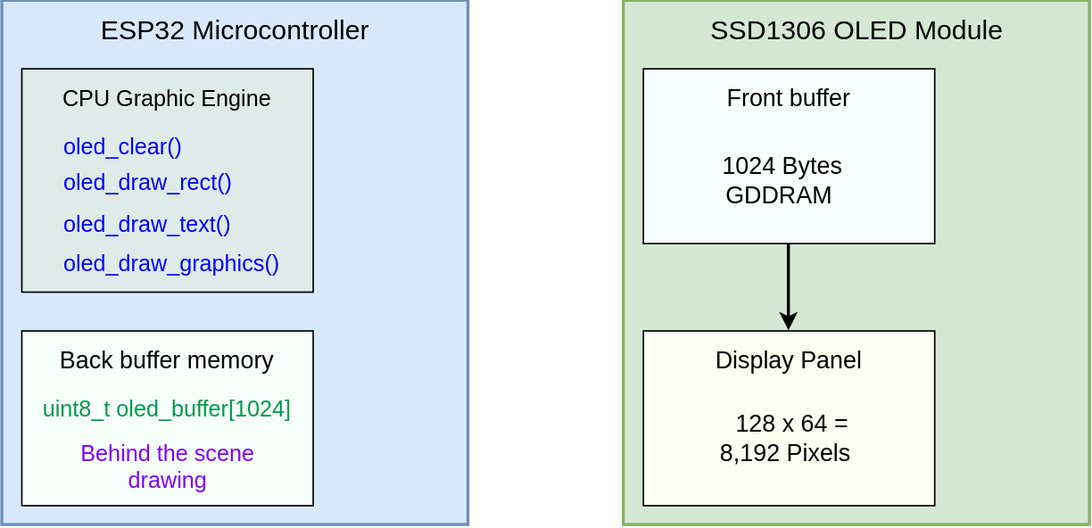
Earlier version of the draw.io export Images/Double_Buffering_Concept.svg (016Rusneeda/Week-09-SPI-OLED-and-Kestrel-UI). Source tidied: cells renumbered, new cells last; positions are measured from the earlier drawing's top-left corner, leaving out a move shared by most shapes.
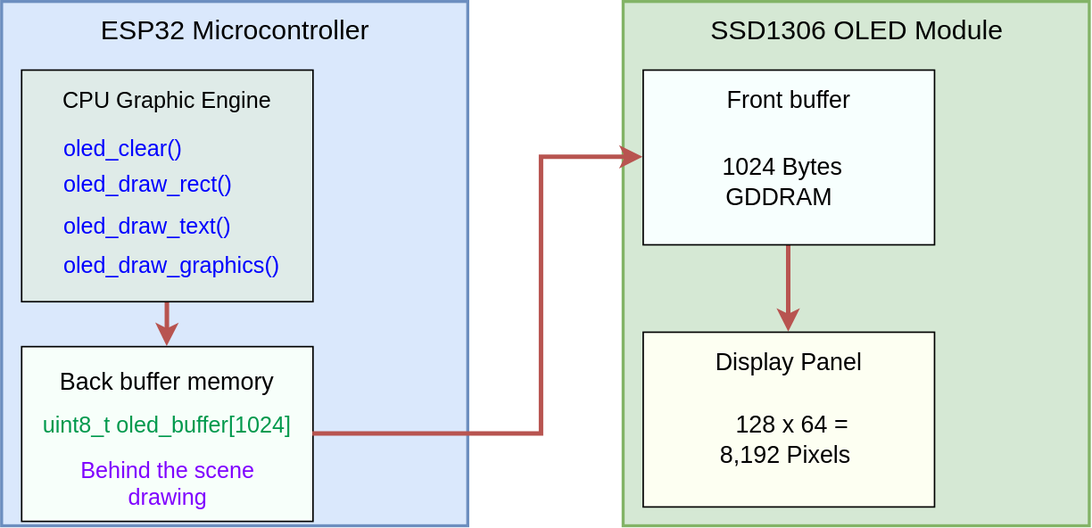
The same diagram one commit later.

The edit, as a diff of the source:
```diff
@@ -2,71 +2,79 @@
   <root>
     <mxCell id="0" />
     <mxCell id="1" parent="0" />
-    <mxCell id="2" style="group;" parent="1" vertex="1">
-      <mxGeometry width="725.9" height="350" as="geometry" />
-    </mxCell>
-    <mxCell id="3" style="whiteSpace=wrap;html=1;strokeWidth=2;fontSize=16;fillColor=#dae8fc;strokeColor=#6c8ebf;" parent="2" vertex="1">
-      <mxGeometry width="311.1" height="350" as="geometry" />
+    <mxCell id="3" style="whiteSpace=wrap;html=1;strokeWidth=2;fontSize=16;fillColor=#dae8fc;strokeColor=#6c8ebf;" parent="1" vertex="1">
+      <mxGeometry y="30" width="311.1" height="350" as="geometry" />
     </mxCell>
+    <mxCell id="24" style="edgeStyle=orthogonalEdgeStyle;rounded=0;jettySize=auto;html=1;entryX=0.5;entryY=0;entryDx=0;entryDy=0;strokeWidth=3;fillColor=#f8cecc;strokeColor=#b85450;" parent="1" edge="1" source="4" target="11">
+      <mxGeometry relative="1" as="geometry" />
+    </mxCell>
-    <mxCell id="4" style="whiteSpace=wrap;html=1;fillColor=#DFEBE8;" parent="2" vertex="1">
-      <mxGeometry x="13" y="45.4" width="194.4" height="149.1" as="geometry" />
+    <mxCell id="4" style="whiteSpace=wrap;html=1;fillColor=#DFEBE8;" parent="1" vertex="1">
+      <mxGeometry x="13" y="75.4" width="194.4" height="154.6" as="geometry" />
     </mxCell>
-    <mxCell id="5" value="ESP32 Microcontroller" style="text;html=1;whiteSpace=wrap;strokeColor=none;fillColor=none;align=center;verticalAlign=middle;rounded=0;fontSize=18;" parent="2" vertex="1">
-      <mxGeometry width="311.1" height="38.9" as="geometry" />
+    <mxCell id="5" value="ESP32 Microcontroller" style="text;html=1;whiteSpace=wrap;strokeColor=none;fillColor=none;align=center;verticalAlign=middle;rounded=0;fontSize=18;" parent="1" vertex="1">
+      <mxGeometry y="30" width="311.1" height="38.9" as="geometry" />
     </mxCell>
-    <mxCell id="6" value="CPU Graphic Engine" style="text;html=1;whiteSpace=wrap;strokeColor=none;fillColor=none;align=center;verticalAlign=middle;rounded=0;fontSize=15;" parent="2" vertex="1">
-      <mxGeometry x="13" y="45.4" width="194.4" height="38.9" as="geometry" />
+    <mxCell id="6" value="CPU Graphic Engine" style="text;html=1;whiteSpace=wrap;strokeColor=none;fillColor=none;align=center;verticalAlign=middle;rounded=0;fontSize=15;" parent="1" vertex="1">
+      <mxGeometry x="13" y="75.4" width="194.4" height="38.9" as="geometry" />
     </mxCell>
-    <mxCell id="7" value="oled_clear()" style="text;html=1;whiteSpace=wrap;strokeColor=none;fillColor=none;align=left;verticalAlign=middle;rounded=0;fontColor=#0000FF;fontSize=15;" parent="2" vertex="1">
-      <mxGeometry x="38.9" y="77.8" width="155.6" height="38.9" as="geometry" />
+    <mxCell id="7" value="oled_clear()" style="text;html=1;whiteSpace=wrap;strokeColor=none;fillColor=none;align=left;verticalAlign=middle;rounded=0;fontColor=#0000FF;fontSize=15;" parent="1" vertex="1">
+      <mxGeometry x="38.9" y="107.8" width="155.6" height="38.9" as="geometry" />
     </mxCell>
-    <mxCell id="8" value="oled_draw_rect()" style="text;html=1;whiteSpace=wrap;strokeColor=none;fillColor=none;align=left;verticalAlign=middle;rounded=0;fontColor=#0000FF;fontSize=15;" parent="2" vertex="1">
-      <mxGeometry x="38.9" y="101.1" width="155.6" height="38.9" as="geometry" />
+    <mxCell id="8" value="oled_draw_rect()" style="text;html=1;whiteSpace=wrap;strokeColor=none;fillColor=none;align=left;verticalAlign=middle;rounded=0;fontColor=#0000FF;fontSize=15;" parent="1" vertex="1">
+      <mxGeometry x="38.9" y="131.1" width="155.6" height="38.9" as="geometry" />
     </mxCell>
-    <mxCell id="9" value="oled_draw_text()" style="text;html=1;whiteSpace=wrap;strokeColor=none;fillColor=none;align=left;verticalAlign=middle;rounded=0;fontColor=#0000FF;fontSize=15;" parent="2" vertex="1">
-      <mxGeometry x="38.9" y="129.6" width="155.6" height="38.9" as="geometry" />
+    <mxCell id="9" value="oled_draw_text()" style="text;html=1;whiteSpace=wrap;strokeColor=none;fillColor=none;align=left;verticalAlign=middle;rounded=0;fontColor=#0000FF;fontSize=15;" parent="1" vertex="1">
+      <mxGeometry x="38.9" y="159.6" width="155.6" height="38.9" as="geometry" />
     </mxCell>
-    <mxCell id="10" value="oled_draw_graphics()" style="text;html=1;whiteSpace=wrap;strokeColor=none;fillColor=none;align=left;verticalAlign=middle;rounded=0;fontColor=#0000FF;fontSize=15;" parent="2" vertex="1">
-      <mxGeometry x="38.9" y="155.6" width="155.6" height="38.9" as="geometry" />
+    <mxCell id="10" value="oled_draw_graphics()" style="text;html=1;whiteSpace=wrap;strokeColor=none;fillColor=none;align=left;verticalAlign=middle;rounded=0;fontColor=#0000FF;fontSize=15;" parent="1" vertex="1">
+      <mxGeometry x="38.9" y="185.6" width="155.6" height="38.9" as="geometry" />
     </mxCell>
-    <mxCell id="11" style="whiteSpace=wrap;html=1;fillColor=#F7FFFA;" parent="2" vertex="1">
-      <mxGeometry x="13" y="220.4" width="194.4" height="116.7" as="geometry" />
+    <mxCell id="11" style="whiteSpace=wrap;html=1;fillColor=#F7FFFA;" parent="1" vertex="1">
+      <mxGeometry x="13" y="260" width="194.4" height="116.7" as="geometry" />
     </mxCell>
-    <mxCell id="12" value="Back buffer memory" style="text;html=1;whiteSpace=wrap;strokeColor=none;fillColor=none;align=center;verticalAlign=middle;rounded=0;fontSize=16;" parent="2" vertex="1">
-      <mxGeometry x="13" y="220.4" width="194.4" height="38.9" as="geometry" />
+    <mxCell id="12" value="Back buffer memory" style="text;html=1;whiteSpace=wrap;strokeColor=none;fillColor=none;align=center;verticalAlign=middle;rounded=0;fontSize=16;" parent="1" vertex="1">
+      <mxGeometry x="13" y="263.6" width="194.4" height="38.9" as="geometry" />
     </mxCell>
-    <mxCell id="13" value="&lt;p&gt;uint8_t oled_buffer[1024]&lt;/p&gt;" style="text;html=1;whiteSpace=wrap;strokeColor=none;fillColor=none;align=center;verticalAlign=middle;rounded=0;fontColor=#00994D;fontSize=15;" parent="2" vertex="1">
-      <mxGeometry x="13" y="252.8" width="194.4" height="38.9" as="geometry" />
+    <mxCell id="13" value="&lt;p&gt;uint8_t oled_buffer[1024]&lt;/p&gt;" style="text;html=1;whiteSpace=wrap;strokeColor=none;fillColor=none;align=center;verticalAlign=middle;rounded=0;fontColor=#00994D;fontSize=15;" parent="1" vertex="1">
+      <mxGeometry x="13" y="292.4" width="194.4" height="38.9" as="geometry" />
     </mxCell>
-    <mxCell id="14" value="Behind the scene drawing" style="text;html=1;whiteSpace=wrap;strokeColor=none;fillColor=none;align=center;verticalAlign=middle;rounded=0;fontColor=#7F00FF;fontSize=15;" parent="2" vertex="1">
-      <mxGeometry x="38.9" y="291.7" width="142.6" height="38.9" as="geometry" />
+    <mxCell id="14" value="Behind the scene drawing" style="text;html=1;whiteSpace=wrap;strokeColor=none;fillColor=none;align=center;verticalAlign=middle;rounded=0;fontColor=#7F00FF;fontSize=15;" parent="1" vertex="1">
+      <mxGeometry x="38.9" y="331.3" width="142.6" height="38.9" as="geometry" />
     </mxCell>
-    <mxCell id="15" style="whiteSpace=wrap;html=1;strokeWidth=2;fontSize=16;fillColor=#d5e8d4;strokeColor=#82b366;gradientDirection=north;" parent="2" vertex="1">
-      <mxGeometry x="414.8" width="311.1" height="350" as="geometry" />
+    <mxCell id="15" style="whiteSpace=wrap;html=1;strokeWidth=2;fontSize=16;fillColor=#d5e8d4;strokeColor=#82b366;gradientDirection=north;" parent="1" vertex="1">
+      <mxGeometry x="414.8" y="30" width="311.1" height="350" as="geometry" />
     </mxCell>
-    <mxCell id="16" style="edgeStyle=orthogonalEdgeStyle;rounded=0;jettySize=auto;html=1;exitX=0.5;exitY=1;exitDx=0;exitDy=0;entryX=0.5;entryY=0;entryDx=0;entryDy=0;strokeWidth=2;" parent="2" edge="1" source="17" target="21">
+    <mxCell id="16" style="edgeStyle=orthogonalEdgeStyle;rounded=0;jettySize=auto;html=1;exitX=0.5;exitY=1;exitDx=0;exitDy=0;entryX=0.5;entryY=0;entryDx=0;entryDy=0;strokeWidth=3;fillColor=#f8cecc;strokeColor=#b85450;" parent="1" edge="1" source="17" target="21">
       <mxGeometry relative="1" as="geometry" />
     </mxCell>
-    <mxCell id="17" style="whiteSpace=wrap;html=1;fillColor=#F7FFFE;" parent="2" vertex="1">
-      <mxGeometry x="427.8" y="45.4" width="194.4" height="116.7" as="geometry" />
+    <mxCell id="17" style="whiteSpace=wrap;html=1;fillColor=#F7FFFE;" parent="1" vertex="1">
+      <mxGeometry x="427.8" y="75.4" width="194.4" height="116.7" as="geometry" />
     </mxCell>
-    <mxCell id="18" value="SSD1306 OLED Module" style="text;html=1;whiteSpace=wrap;strokeColor=none;fillColor=none;align=center;verticalAlign=middle;rounded=0;fontSize=18;" parent="2" vertex="1">
-      <mxGeometry x="414.8" width="311.1" height="38.9" as="geometry" />
+    <mxCell id="18" value="SSD1306 OLED Module" style="text;html=1;whiteSpace=wrap;strokeColor=none;fillColor=none;align=center;verticalAlign=middle;rounded=0;fontSize=18;" parent="1" vertex="1">
+      <mxGeometry x="414.8" y="30" width="311.1" height="38.9" as="geometry" />
     </mxCell>
-    <mxCell id="19" value="Front buffer" style="text;html=1;whiteSpace=wrap;strokeColor=none;fillColor=none;align=center;verticalAlign=middle;rounded=0;fontSize=16;" parent="2" vertex="1">
-      <mxGeometry x="427.8" y="45.4" width="194.4" height="38.9" as="geometry" />
+    <mxCell id="19" value="Front buffer" style="text;html=1;whiteSpace=wrap;strokeColor=none;fillColor=none;align=center;verticalAlign=middle;rounded=0;fontSize=16;" parent="1" vertex="1">
+      <mxGeometry x="427.8" y="75.4" width="194.4" height="38.9" as="geometry" />
     </mxCell>
-    <mxCell id="20" style="whiteSpace=wrap;html=1;fillColor=#FDFFF2;" parent="2" vertex="1">
-      <mxGeometry x="427.8" y="220.4" width="194.4" height="116.7" as="geometry" />
+    <mxCell id="20" style="whiteSpace=wrap;html=1;fillColor=#FDFFF2;" parent="1" vertex="1">
+      <mxGeometry x="427.8" y="250.4" width="194.4" height="116.7" as="geometry" />
     </mxCell>
-    <mxCell id="21" value="Display Panel" style="text;html=1;whiteSpace=wrap;strokeColor=none;fillColor=none;align=center;verticalAlign=middle;rounded=0;fontSize=16;" parent="2" vertex="1">
-      <mxGeometry x="427.8" y="220.4" width="194.4" height="38.9" as="geometry" />
+    <mxCell id="21" value="Display Panel" style="text;html=1;whiteSpace=wrap;strokeColor=none;fillColor=none;align=center;verticalAlign=middle;rounded=0;fontSize=16;" parent="1" vertex="1">
+      <mxGeometry x="427.8" y="250.4" width="194.4" height="38.9" as="geometry" />
     </mxCell>
-    <mxCell id="22" value="&lt;p&gt;&amp;nbsp;1024 Bytes GDDRAM&lt;/p&gt;" style="text;html=1;whiteSpace=wrap;strokeColor=none;fillColor=none;align=center;verticalAlign=middle;rounded=0;fontSize=16;" parent="2" vertex="1">
-      <mxGeometry x="447.2" y="100.5" width="142.6" height="38.9" as="geometry" />
+    <mxCell id="22" value="&lt;p&gt;&amp;nbsp;1024 Bytes GDDRAM&lt;/p&gt;" style="text;html=1;whiteSpace=wrap;strokeColor=none;fillColor=none;align=center;verticalAlign=middle;rounded=0;fontSize=16;" parent="1" vertex="1">
+      <mxGeometry x="447.2" y="130.5" width="142.6" height="38.9" as="geometry" />
     </mxCell>
-    <mxCell id="23" value="&lt;p&gt;&amp;nbsp;128 x 64 = 8,192 Pixels&amp;nbsp;&lt;/p&gt;" style="text;html=1;whiteSpace=wrap;strokeColor=none;fillColor=none;align=center;verticalAlign=middle;rounded=0;fontSize=16;" parent="2" vertex="1">
-      <mxGeometry x="469.9" y="272.2" width="110.2" height="38.9" as="geometry" />
+    <mxCell id="23" value="&lt;p&gt;&amp;nbsp;128 x 64 = 8,192 Pixels&amp;nbsp;&lt;/p&gt;" style="text;html=1;whiteSpace=wrap;strokeColor=none;fillColor=none;align=center;verticalAlign=middle;rounded=0;fontSize=16;" parent="1" vertex="1">
+      <mxGeometry x="469.9" y="302.2" width="110.2" height="38.9" as="geometry" />
     </mxCell>
+    <mxCell id="25" style="edgeStyle=orthogonalEdgeStyle;rounded=0;jettySize=auto;html=1;entryX=0;entryY=0.5;entryDx=0;entryDy=0;strokeWidth=3;fillColor=#f8cecc;strokeColor=#b85450;" parent="1" edge="1" source="11" target="17">
+      <mxGeometry relative="1" as="geometry">
+        <Array as="points">
+          <mxPoint x="360" y="318.4" />
+          <mxPoint x="360" y="133.7" />
+        </Array>
+      </mxGeometry>
+    </mxCell>
   </root>
 </mxGraphModel>
```
